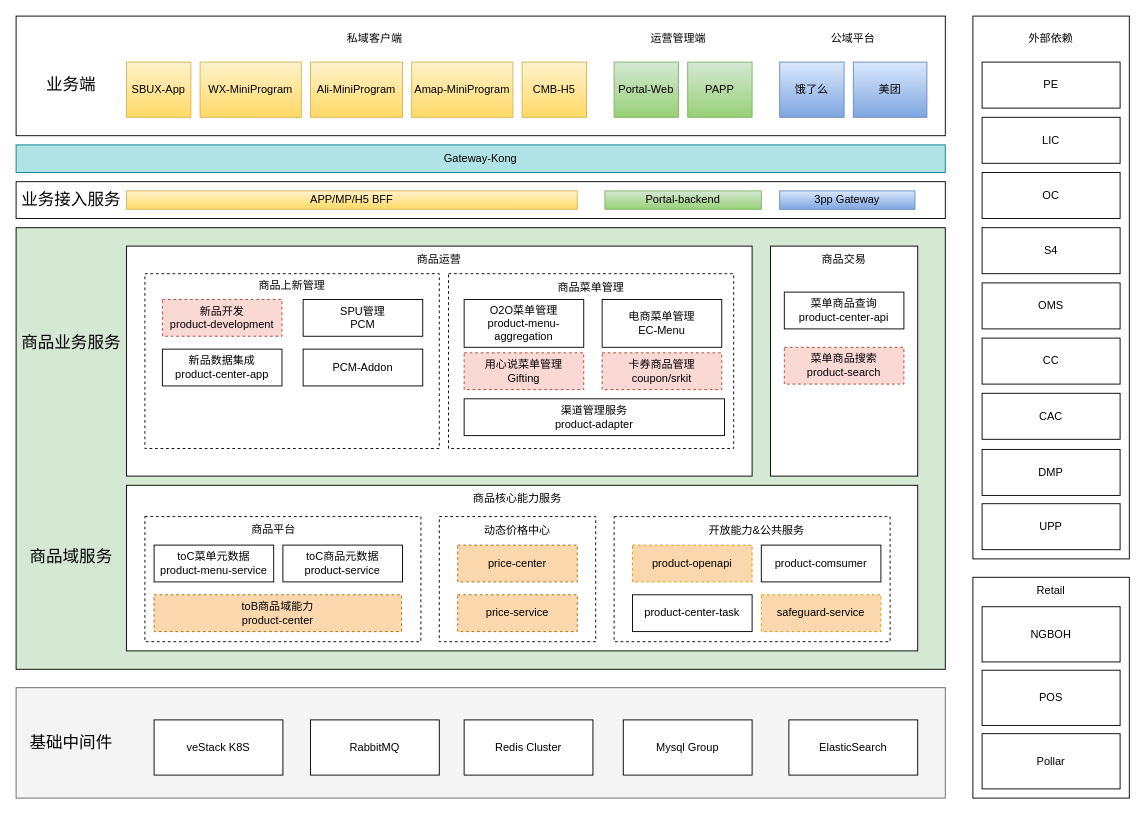
Before: PC2.0技术架构.drawio in alexzhang2015/PC2.0, a draw.io diagram. Source tidied: cells renumbered, new cells numbered last; positions are measured from the earlier drawing's top-left corner, leaving out a move shared by most shapes. Both pictures are drawn from the tidied source at 92%, with x=0, y=0 at pixel (16, 16).
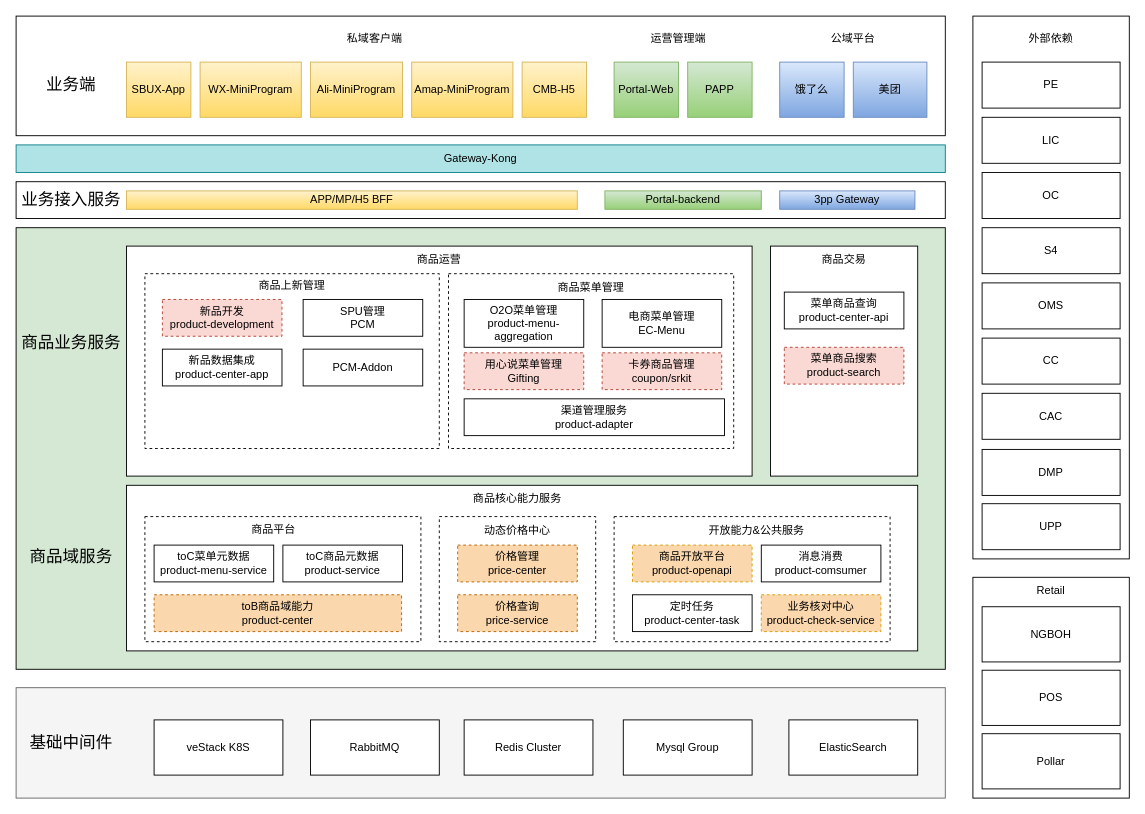
The same diagram, later.

Commit message:
更新PC2.0技术架构.drawio

The edit, as a diff of the source:
```diff
@@
-    <mxCell id="50" value="price-center" style="rounded=0;whiteSpace=wrap;html=1;fillColor=#fad7ac;strokeColor=#b46504;dashed=1;" parent="1" vertex="1">
+    <mxCell id="50" value="价格管理&lt;br&gt;price-center" style="rounded=0;whiteSpace=wrap;html=1;fillColor=#fad7ac;strokeColor=#b46504;dashed=1;" parent="1" vertex="1">
       <mxGeometry x="480" y="575" width="130" height="40" as="geometry" />
     </mxCell>
-    <mxCell id="51" value="price-service" style="rounded=0;whiteSpace=wrap;html=1;fillColor=#fad7ac;strokeColor=#b46504;dashed=1;" parent="1" vertex="1">
+    <mxCell id="51" value="价格查询&lt;br&gt;price-service" style="rounded=0;whiteSpace=wrap;html=1;fillColor=#fad7ac;strokeColor=#b46504;dashed=1;" parent="1" vertex="1">
       <mxGeometry x="480" y="629" width="130" height="40" as="geometry" />
     </mxCell>
@@
-    <mxCell id="53" value="product-openapi" style="rounded=0;whiteSpace=wrap;html=1;fillColor=#fad7ac;strokeColor=#d79b00;dashed=1;" parent="1" vertex="1">
+    <mxCell id="53" value="商品开放平台&lt;br&gt;product-openapi" style="rounded=0;whiteSpace=wrap;html=1;fillColor=#fad7ac;strokeColor=#d79b00;dashed=1;" parent="1" vertex="1">
       <mxGeometry x="670" y="575" width="130" height="40" as="geometry" />
     </mxCell>
-    <mxCell id="54" value="product-comsumer" style="rounded=0;whiteSpace=wrap;html=1;" parent="1" vertex="1">
+    <mxCell id="54" value="消息消费&lt;br&gt;product-comsumer" style="rounded=0;whiteSpace=wrap;html=1;" parent="1" vertex="1">
       <mxGeometry x="810" y="575" width="130" height="40" as="geometry" />
     </mxCell>
-    <mxCell id="55" value="product-center-task" style="rounded=0;whiteSpace=wrap;html=1;" parent="1" vertex="1">
+    <mxCell id="55" value="定时任务&lt;br&gt;product-center-task" style="rounded=0;whiteSpace=wrap;html=1;" parent="1" vertex="1">
       <mxGeometry x="670" y="629" width="130" height="40" as="geometry" />
     </mxCell>
-    <mxCell id="56" value="safeguard-service" style="rounded=0;whiteSpace=wrap;html=1;fillColor=#fad7ac;strokeColor=#d79b00;dashed=1;" parent="1" vertex="1">
+    <mxCell id="56" value="业务核对中心&lt;br&gt;product-check-service" style="rounded=0;whiteSpace=wrap;html=1;fillColor=#fad7ac;strokeColor=#d79b00;dashed=1;" parent="1" vertex="1">
       <mxGeometry x="810" y="629" width="130" height="40" as="geometry" />
     </mxCell>
```
